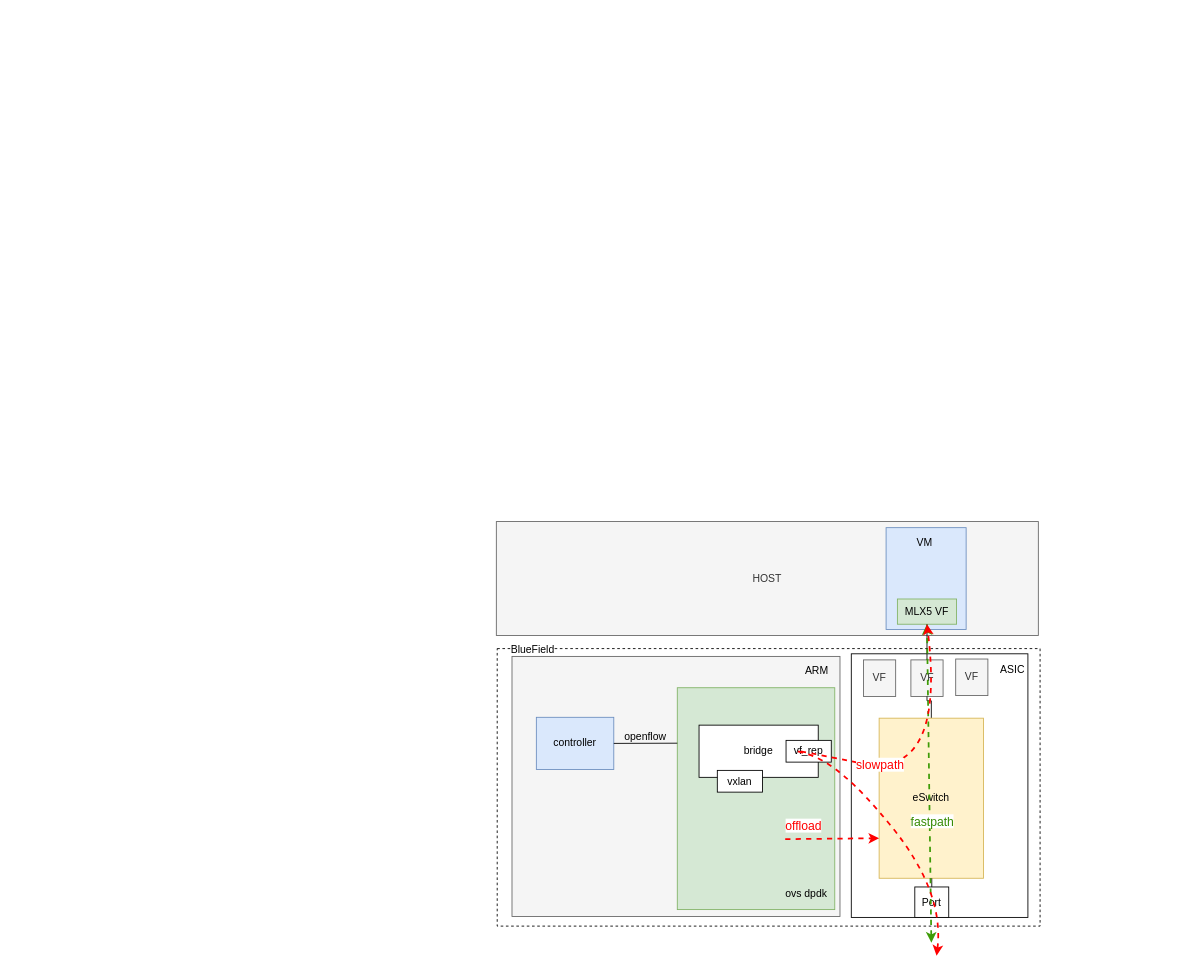
Above: page "offload" (2 of 6) of dpdk.drawio in imoceanking/drawio (draw.io), before the change. Source tidied: cells renumbered, new cells numbered last; positions are measured from the earlier drawing's top-left corner, leaving out a move shared by most shapes. Both pictures are drawn from the tidied source at 87%, with x=0, y=0 at pixel (496, 521).
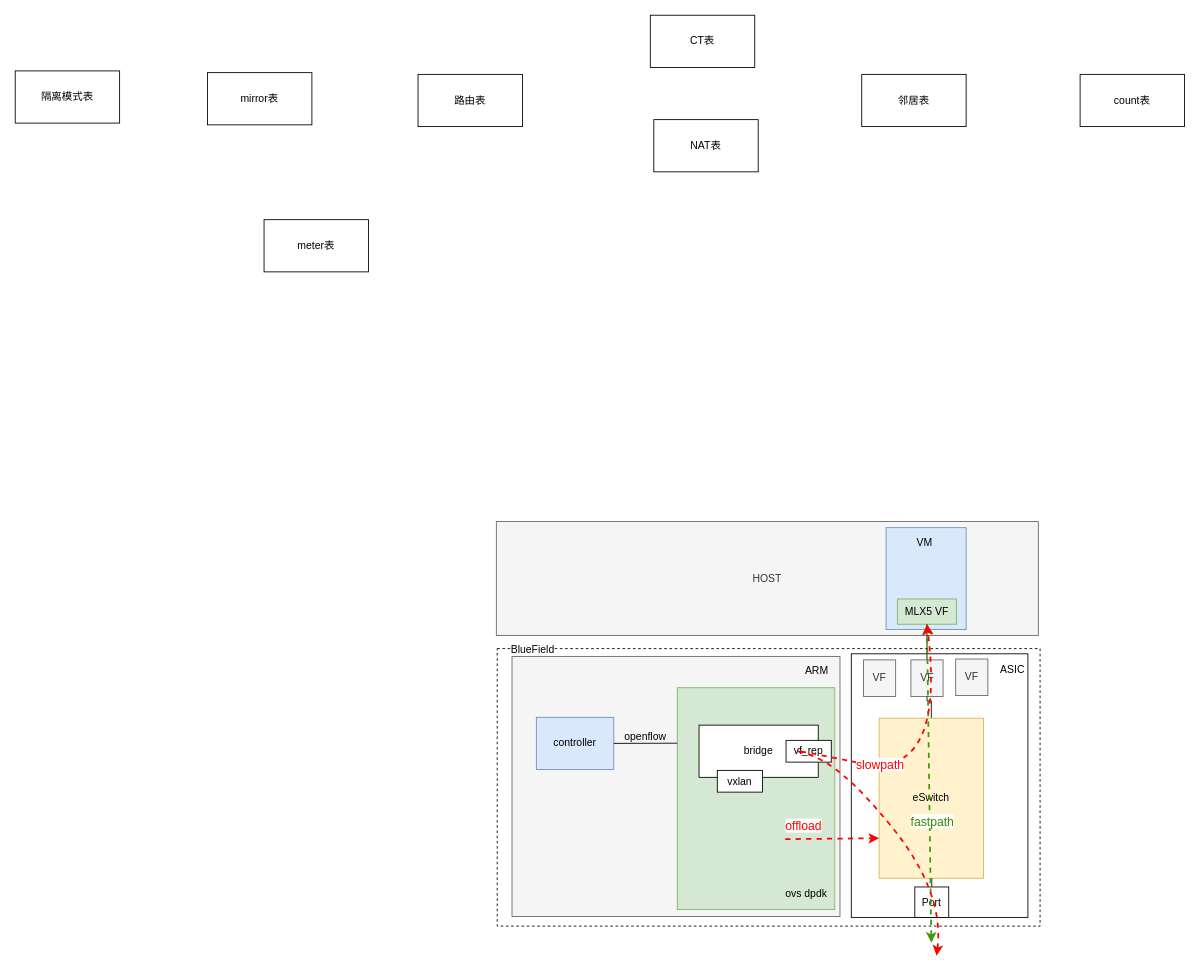
The same diagram, later.

What changed in the source:
```diff
@@
+    <mxCell id="34" value="NAT表" style="whiteSpace=wrap;html=1;rounded=0;" parent="1" vertex="1">
+      <mxGeometry x="181" y="-462" width="120" height="60" as="geometry" />
+    </mxCell>
+    <mxCell id="35" value="CT表" style="whiteSpace=wrap;html=1;rounded=0;" parent="1" vertex="1">
+      <mxGeometry x="177" y="-582" width="120" height="60" as="geometry" />
+    </mxCell>
+    <mxCell id="36" value="路由表" style="whiteSpace=wrap;html=1;rounded=0;" parent="1" vertex="1">
+      <mxGeometry x="-90" y="-514" width="120" height="60" as="geometry" />
+    </mxCell>
+    <mxCell id="37" value="邻居表" style="whiteSpace=wrap;html=1;rounded=0;" parent="1" vertex="1">
+      <mxGeometry x="420" y="-514" width="120" height="60" as="geometry" />
+    </mxCell>
+    <mxCell id="38" value="mirror表" style="whiteSpace=wrap;html=1;rounded=0;" parent="1" vertex="1">
+      <mxGeometry x="-332" y="-516" width="120" height="60" as="geometry" />
+    </mxCell>
+    <mxCell id="39" value="meter表" style="whiteSpace=wrap;html=1;rounded=0;" parent="1" vertex="1">
+      <mxGeometry x="-267" y="-347" width="120" height="60" as="geometry" />
+    </mxCell>
+    <mxCell id="40" value="count表" style="whiteSpace=wrap;html=1;rounded=0;" parent="1" vertex="1">
+      <mxGeometry x="671" y="-514" width="120" height="60" as="geometry" />
+    </mxCell>
+    <mxCell id="41" value="隔离模式表" style="whiteSpace=wrap;html=1;rounded=0;" parent="1" vertex="1">
+      <mxGeometry x="-553" y="-518" width="120" height="60" as="geometry" />
+    </mxCell>
```
